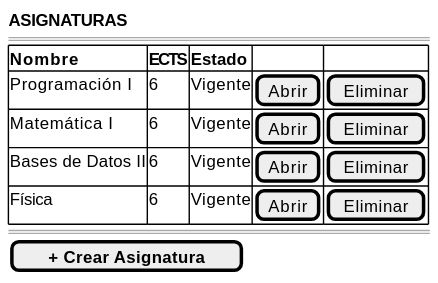
Before: images/RUP/01-requisitos/03-detalle-casos-uso/abrirAsignaturas/wireframe.svg, a diagram exported from PlantUML (mmasias/pyCeldaPublico). Source of this version:
```plantuml
@startsalt abrirAsignaturas-wireframe
{
    <b>ASIGNATURAS</b>
    ====
    {#
        <b>Nombre | <b>ECTS | <b>Estado | . | .
        Programación I | 6 | Vigente | [Abrir] | [Eliminar]
        Matemática I | 6 | Vigente | [Abrir] | [Eliminar]
        Bases de Datos II | 6 | Vigente | [Abrir] | [Eliminar]
        Física | 6 | Vigente | [Abrir] | [Eliminar]
    }
    ====
    [ <b>+ Crear Asignatura</b> ]
}
@endsalt
```
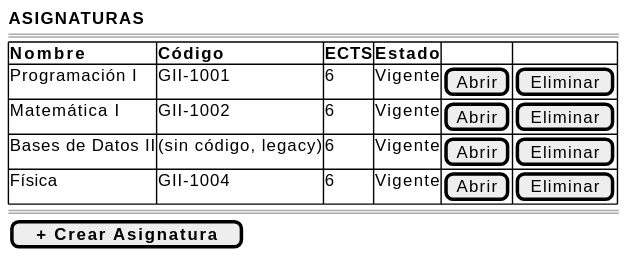
The same file after the commit.

Diff of the diagram source:
```diff
@@ -3,11 +3,11 @@
     <b>ASIGNATURAS</b>
     ====
     {#
-        <b>Nombre | <b>ECTS | <b>Estado | . | .
-        Programación I | 6 | Vigente | [Abrir] | [Eliminar]
-        Matemática I | 6 | Vigente | [Abrir] | [Eliminar]
-        Bases de Datos II | 6 | Vigente | [Abrir] | [Eliminar]
-        Física | 6 | Vigente | [Abrir] | [Eliminar]
+        <b>Nombre | <b>Código | <b>ECTS | <b>Estado | . | .
+        Programación I | GII-1001 | 6 | Vigente | [Abrir] | [Eliminar]
+        Matemática I | GII-1002 | 6 | Vigente | [Abrir] | [Eliminar]
+        Bases de Datos II | (sin código, legacy) | 6 | Vigente | [Abrir] | [Eliminar]
+        Física | GII-1004 | 6 | Vigente | [Abrir] | [Eliminar]
     }
     ====
     [ <b>+ Crear Asignatura</b> ]
```
